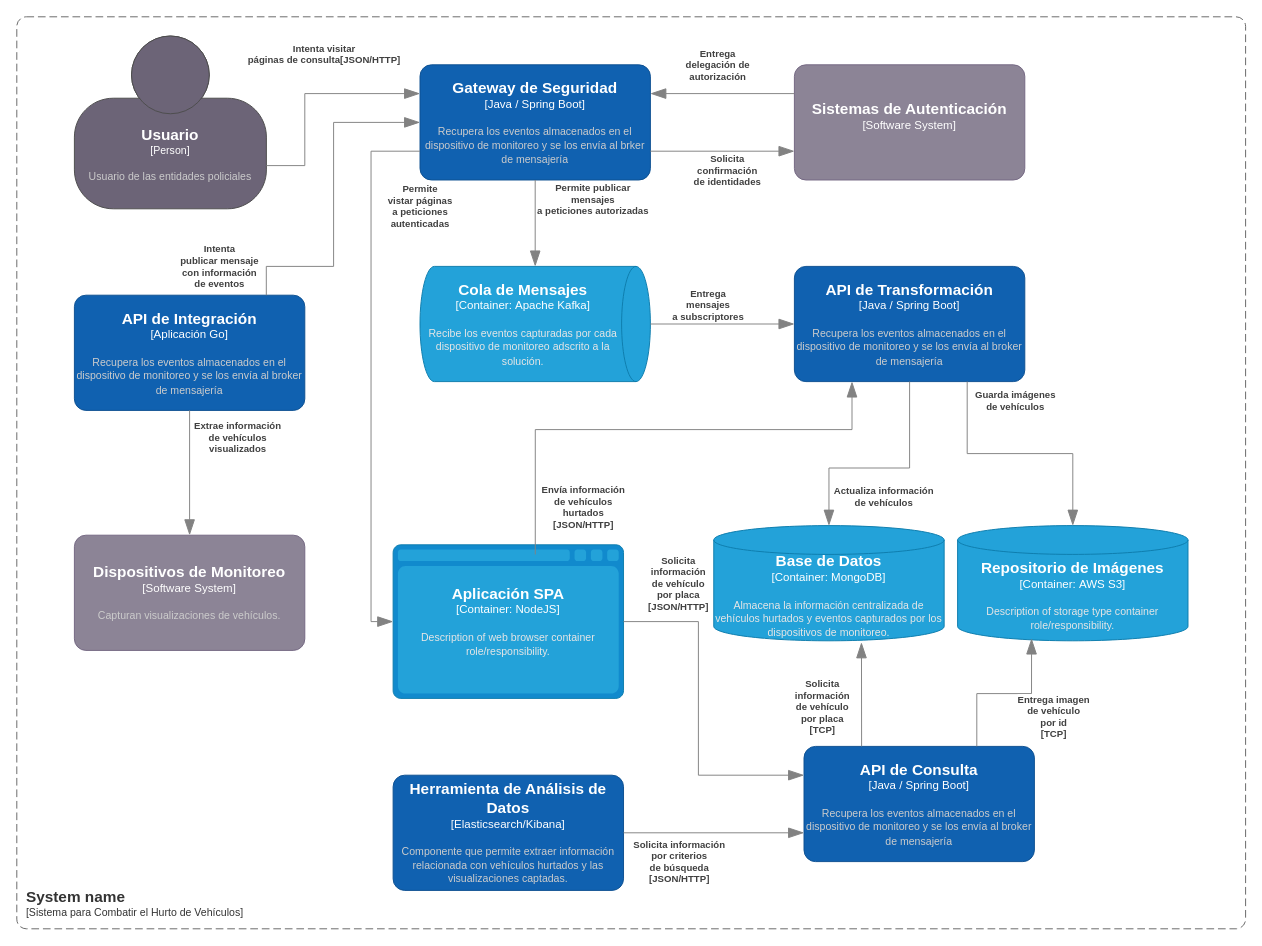
Above: page "contenedores" (2 of 7) of docs/arch/imgs/diagramas.drawio in dledesman/vehicles-theft-prevent (draw.io), before the change. Source tidied: cells renumbered, new cells numbered last; positions are measured from the earlier drawing's top-left corner, leaving out a move shared by most shapes. Both pictures are drawn from the tidied source at 96%, with x=0, y=0 at pixel (16, 16).
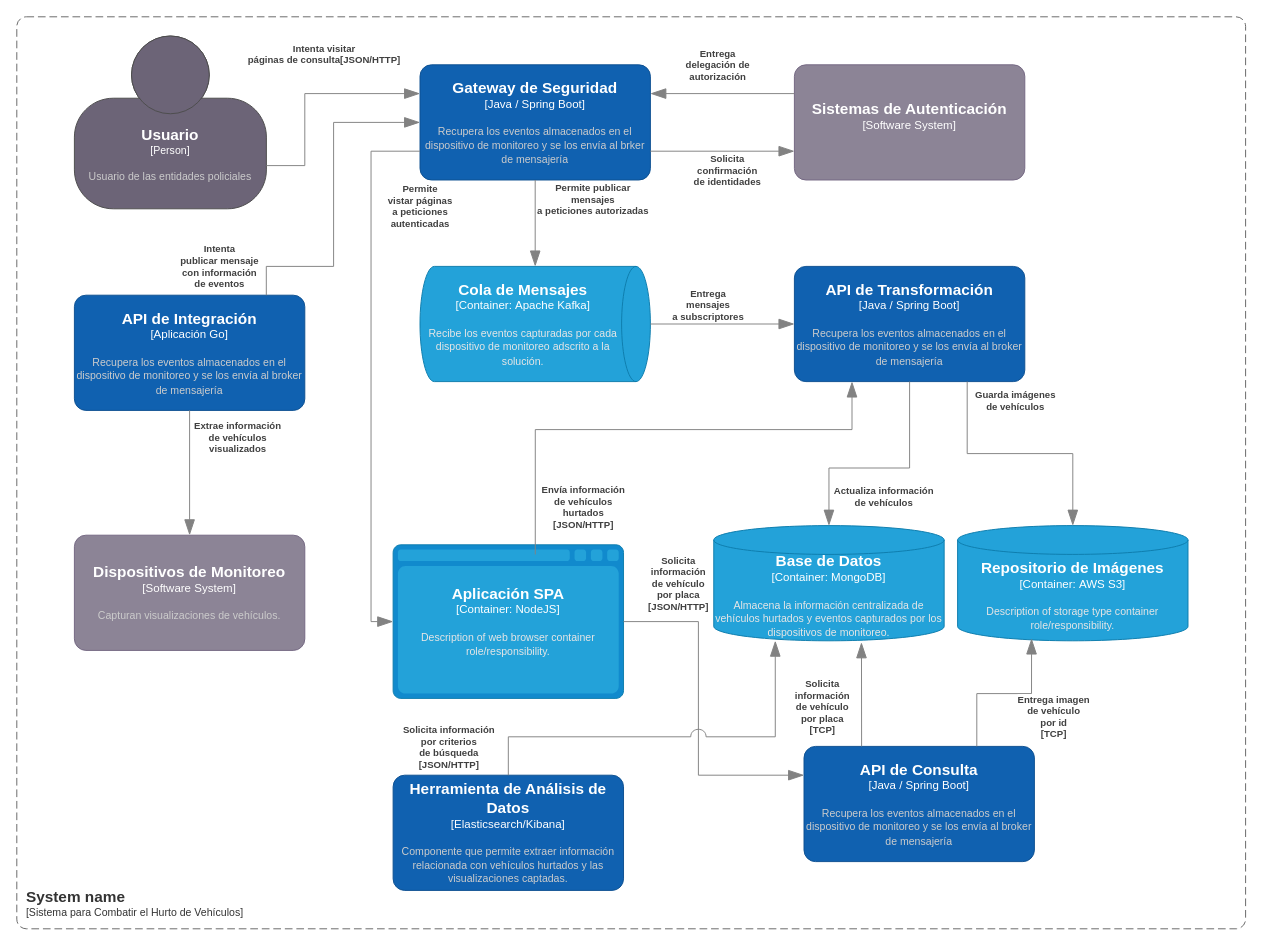
The same page after the edit.

Commit message (it also covers changes not shown here):
Actualización fin diagramas de secuencia

The change refers to these unchanged cells:
```xml
<object id="7" label="&lt;font style=&quot;font-size: 16px&quot;&gt;&lt;b&gt;%c4Name%&lt;/b&gt;&lt;/font&gt;&lt;div&gt;[%c4Type%:&amp;nbsp;%c4Technology%]&lt;/div&gt;&lt;br&gt;&lt;div&gt;&lt;font style=&quot;font-size: 11px&quot;&gt;&lt;font color=&quot;#E6E6E6&quot;&gt;%c4Description%&lt;/font&gt;&lt;/div&gt;" c4Description="Almacena la información centralizada de vehículos hurtados y eventos capturados por los dispositivos de monitoreo." c4Name="Base de Datos" c4Technology="MongoDB" c4Type="Container" placeholders="1">
  <mxCell style="shape=cylinder3;size=15;whiteSpace=wrap;html=1;boundedLbl=1;rounded=0;labelBackgroundColor=none;fillColor=#23A2D9;fontSize=12;fontColor=#ffffff;align=center;strokeColor=#0E7DAD;points=[[0.5,0,0],[1,0.25,0],[1,0.5,0],[1,0.75,0],[0.5,1,0],[0,0.75,0],[0,0.5,0],[0,0.25,0]];" parent="1" vertex="1">
    <mxGeometry x="726" y="530" width="240" height="120" as="geometry" />
  </mxCell>
</object>
<object id="9" label="&lt;font style=&quot;font-size: 16px&quot;&gt;&lt;b&gt;%c4Name%&lt;/b&gt;&lt;/font&gt;&lt;div&gt;[%c4Type%]&lt;/div&gt;&lt;br&gt;&lt;div&gt;&lt;font style=&quot;font-size: 11px&quot;&gt;&lt;font color=&quot;#cccccc&quot;&gt;%c4Description%&lt;/font&gt;&lt;/div&gt;" c4Description="Componente que permite extraer información relacionada con vehículos hurtados y las visualizaciones captadas." c4Name="Herramienta de Análisis de Datos" c4Type="Elasticsearch/Kibana" placeholders="1">
  <mxCell style="rounded=1;whiteSpace=wrap;html=1;labelBackgroundColor=none;fillColor=#1061B0;fontColor=#ffffff;align=center;arcSize=10;strokeColor=#0D5091;points=[[0.25,0,0],[0.5,0,0],[0.75,0,0],[1,0.25,0],[1,0.5,0],[1,0.75,0],[0.75,1,0],[0.5,1,0],[0.25,1,0],[0,0.75,0],[0,0.5,0],[0,0.25,0]];" parent="1" vertex="1">
    <mxGeometry x="392" y="790" width="240" height="120" as="geometry" />
  </mxCell>
</object>
<object id="15" label="&lt;font style=&quot;font-size: 16px&quot;&gt;&lt;b&gt;%c4Name%&lt;/b&gt;&lt;/font&gt;&lt;div&gt;[%c4Type%]&lt;/div&gt;&lt;br&gt;&lt;div&gt;&lt;font style=&quot;font-size: 11px&quot;&gt;&lt;font color=&quot;#cccccc&quot;&gt;%c4Description%&lt;/font&gt;&lt;/div&gt;" c4Description="Recupera los eventos almacenados en el dispositivo de monitoreo y se los envía al broker de mensajería" c4Name="API de Consulta" c4Type="Java / Spring Boot" placeholders="1">
  <mxCell style="rounded=1;whiteSpace=wrap;html=1;labelBackgroundColor=none;fillColor=#1061B0;fontColor=#ffffff;align=center;arcSize=10;strokeColor=#0D5091;points=[[0.25,0,0],[0.5,0,0],[0.75,0,0],[1,0.25,0],[1,0.5,0],[1,0.75,0],[0.75,1,0],[0.5,1,0],[0.25,1,0],[0,0.75,0],[0,0.5,0],[0,0.25,0]];" parent="1" vertex="1">
    <mxGeometry x="820" y="760" width="240" height="120" as="geometry" />
  </mxCell>
</object>
```

What changed in the source:
```diff
@@
     <object id="22" label="&lt;div style=&quot;text-align: left&quot;&gt;&lt;div style=&quot;text-align: center&quot;&gt;&lt;b&gt;%c4Description%&lt;/b&gt;&lt;/div&gt;" c4Description="Solicita información&lt;br&gt;por criterios&lt;br&gt;de búsqueda&lt;BR&gt;[JSON/HTTP]" placeholders="1">
-      <mxCell style="endArrow=blockThin;html=1;fontSize=10;fontColor=#404040;strokeWidth=1;endFill=1;strokeColor=#828282;elbow=vertical;endSize=14;startSize=14;jumpStyle=arc;jumpSize=16;rounded=0;edgeStyle=orthogonalEdgeStyle;exitX=1;exitY=0.5;exitDx=0;exitDy=0;exitPerimeter=0;entryX=0;entryY=0.75;entryDx=0;entryDy=0;entryPerimeter=0;" parent="1" edge="1" source="9" target="15">
-        <mxGeometry x="-0.38" y="-30" relative="1" as="geometry" />
+      <mxCell style="endArrow=blockThin;html=1;fontSize=10;fontColor=#404040;strokeWidth=1;endFill=1;strokeColor=#828282;elbow=vertical;endSize=14;startSize=14;jumpStyle=arc;jumpSize=16;rounded=0;edgeStyle=orthogonalEdgeStyle;exitX=0.5;exitY=0;exitDx=0;exitDy=0;exitPerimeter=0;entryX=0.267;entryY=1;entryDx=0;entryDy=0;entryPerimeter=0;" parent="1" edge="1" source="9" target="7">
+        <mxGeometry x="-0.86" y="62" relative="1" as="geometry">
+          <Array as="points">
+            <mxPoint x="512" y="750" />
+            <mxPoint x="790" y="750" />
+          </Array>
+        </mxGeometry>
       </mxCell>
     </object>
```
